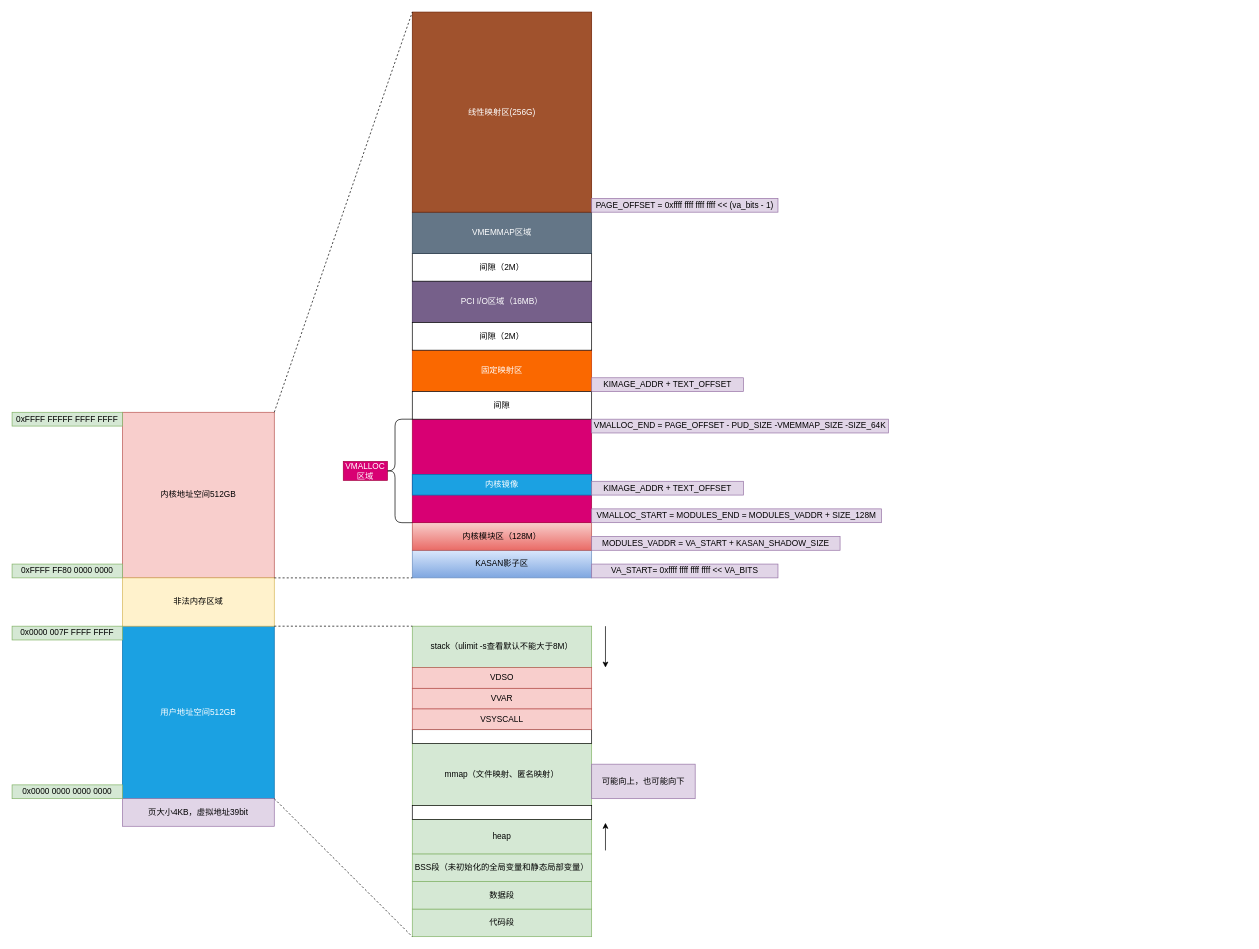
zhaozonggang100/linux-kernel-learn keeps this draw.io diagram as 内存管理/1、描述内存的结构体/draw/内存管理.drawio. Above is the earlier version. Source tidied: cells renumbered, new cells numbered last; positions are measured from the earlier drawing's top-left corner, leaving out a move shared by most shapes. Both pictures are drawn from the tidied source at 69%, with x=0, y=0 at pixel (12, 12).
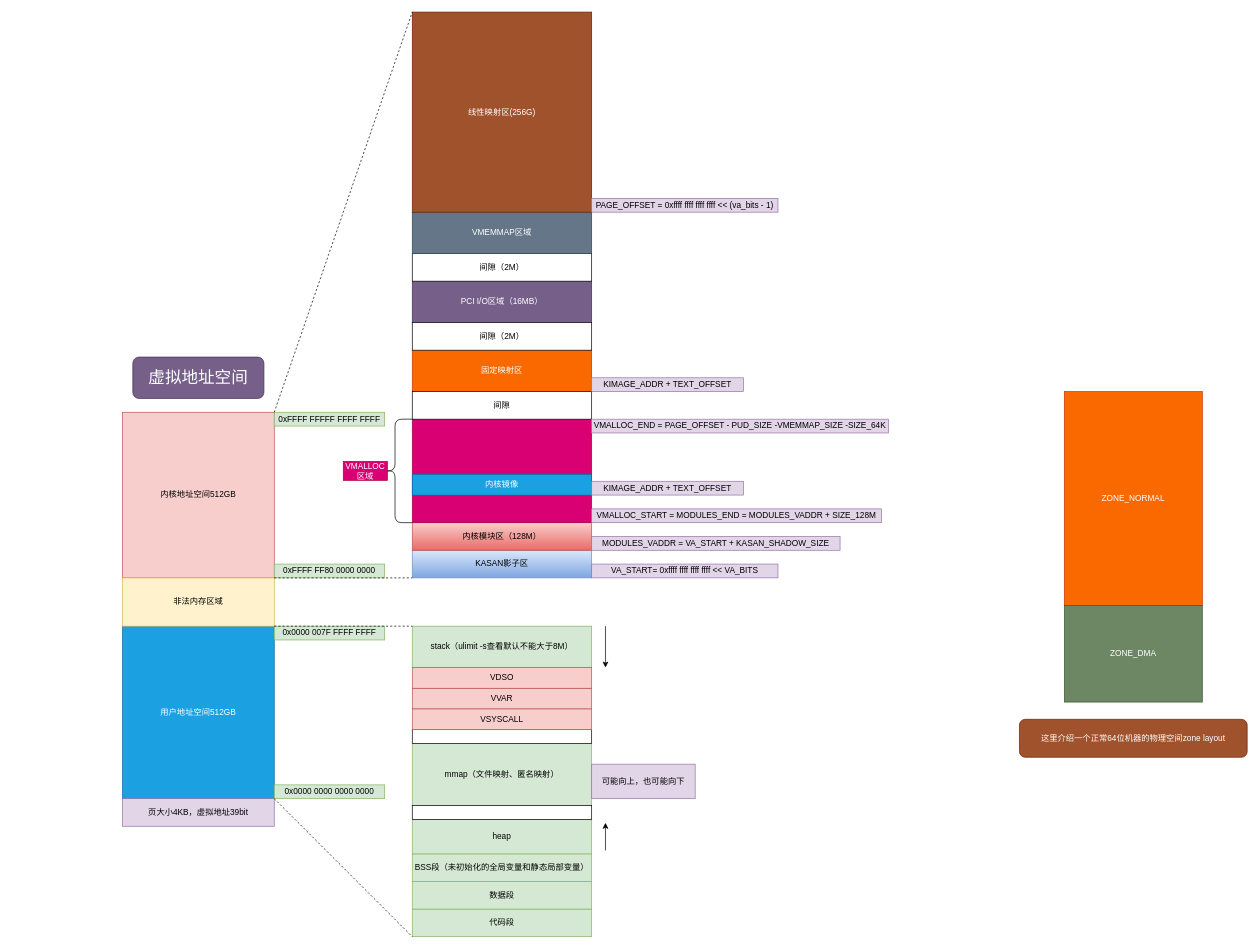
The same diagram, later.

Diff of the diagram source:
```diff
@@
     <mxCell id="10" value="0x0000 0000 0000 0000" style="text;html=1;strokeColor=#82b366;fillColor=#d5e8d4;align=center;verticalAlign=middle;whiteSpace=wrap;rounded=0;" parent="1" vertex="1">
-      <mxGeometry y="1120" width="160" height="20" as="geometry" />
+      <mxGeometry x="380" y="1120" width="160" height="20" as="geometry" />
     </mxCell>
     <mxCell id="11" value="0x0000 007F FFFF FFFF" style="text;html=1;strokeColor=#82b366;fillColor=#d5e8d4;align=center;verticalAlign=middle;whiteSpace=wrap;rounded=0;" parent="1" vertex="1">
-      <mxGeometry y="890" width="160" height="20" as="geometry" />
+      <mxGeometry x="380" y="890" width="160" height="20" as="geometry" />
     </mxCell>
     <mxCell id="12" value="0xFFFF FFFFF FFFF FFFF" style="text;html=1;strokeColor=#82b366;fillColor=#d5e8d4;align=center;verticalAlign=middle;whiteSpace=wrap;rounded=0;" parent="1" vertex="1">
-      <mxGeometry y="580" width="160" height="20" as="geometry" />
+      <mxGeometry x="380" y="580" width="160" height="20" as="geometry" />
     </mxCell>
     <mxCell id="13" value="0xFFFF FF80 0000 0000" style="text;html=1;strokeColor=#82b366;fillColor=#d5e8d4;align=center;verticalAlign=middle;whiteSpace=wrap;rounded=0;" parent="1" vertex="1">
-      <mxGeometry y="800" width="160" height="20" as="geometry" />
+      <mxGeometry x="380" y="800" width="160" height="20" as="geometry" />
     </mxCell>
@@
+    <mxCell id="48" value="&lt;font style=&quot;font-size: 24px&quot;&gt;虚拟地址空间&lt;/font&gt;" style="rounded=1;whiteSpace=wrap;html=1;fillColor=#76608a;strokeColor=#432D57;fontColor=#ffffff;" parent="1" vertex="1">
+      <mxGeometry x="175" y="500" width="190" height="60" as="geometry" />
+    </mxCell>
+    <mxCell id="49" value="ZONE_NORMAL" style="rounded=0;whiteSpace=wrap;html=1;fillColor=#fa6800;strokeColor=#C73500;fontColor=#ffffff;" parent="1" vertex="1">
+      <mxGeometry x="1525" y="550" width="200" height="310" as="geometry" />
+    </mxCell>
+    <mxCell id="50" value="ZONE_DMA" style="rounded=0;whiteSpace=wrap;html=1;fillColor=#6d8764;strokeColor=#3A5431;fontColor=#ffffff;" parent="1" vertex="1">
+      <mxGeometry x="1525" y="860" width="200" height="140" as="geometry" />
+    </mxCell>
+    <mxCell id="51" value="这里介绍一个正常64位机器的物理空间zone layout" style="rounded=1;whiteSpace=wrap;html=1;fillColor=#a0522d;strokeColor=#6D1F00;fontColor=#ffffff;" parent="1" vertex="1">
+      <mxGeometry x="1460" y="1025" width="330" height="55" as="geometry" />
+    </mxCell>
```
